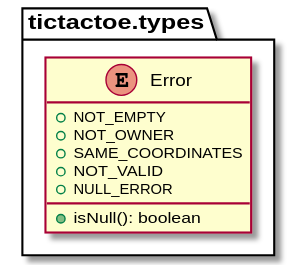
Earlier version of the PlantUML export modelViewPresenter/presentationModel/withFacade/docs/diagrams/out/paquetes/paqueteTypes.svg (Jolucaa/USantaTecla-project-ticTacToe).
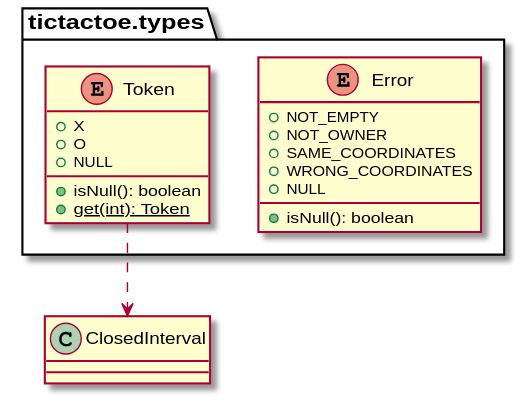
After the commit.

Diff of the diagram source:
```diff
@@ -1,10 +1,19 @@
 @startuml
-enum  tictactoe.types.Error{
-+ NOT_EMPTY
-+ NOT_OWNER
-+ SAME_COORDINATES
-+ NOT_VALID
-+ NULL_ERROR
-+ isNull(): boolean
+enum tictactoe.types.Error {
+  + NOT_EMPTY
+  + NOT_OWNER
+  + SAME_COORDINATES
+  + WRONG_COORDINATES
+  + NULL
+  + isNull(): boolean
 }
+
+enum tictactoe.types.Token {
+  + X
+  + O
+  + NULL
+  + isNull(): boolean
+  + {static} get(int): Token
+}
+tictactoe.types.Token .down.> ClosedInterval
 @enduml
```
